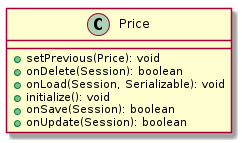
Earlier version of the PlantUML export elmma/elmma-model/diagrams/de.elmma.model.Price.png (swillrich/eimma).
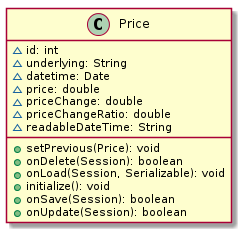
Above is the later version.

The edit, as a diff of the source:
```diff
@@ -2,6 +2,13 @@
 
     class Price {
         [[../../../de/elmma/model/Price.html]]
+        ~id: int
+        ~underlying: String
+        ~datetime: Date
+        ~price: double
+        ~priceChange: double
+        ~priceChangeRatio: double
+        ~readableDateTime: String
         +setPrevious(Price): void
         +onDelete(Session): boolean
         +onLoad(Session, Serializable): void
```
